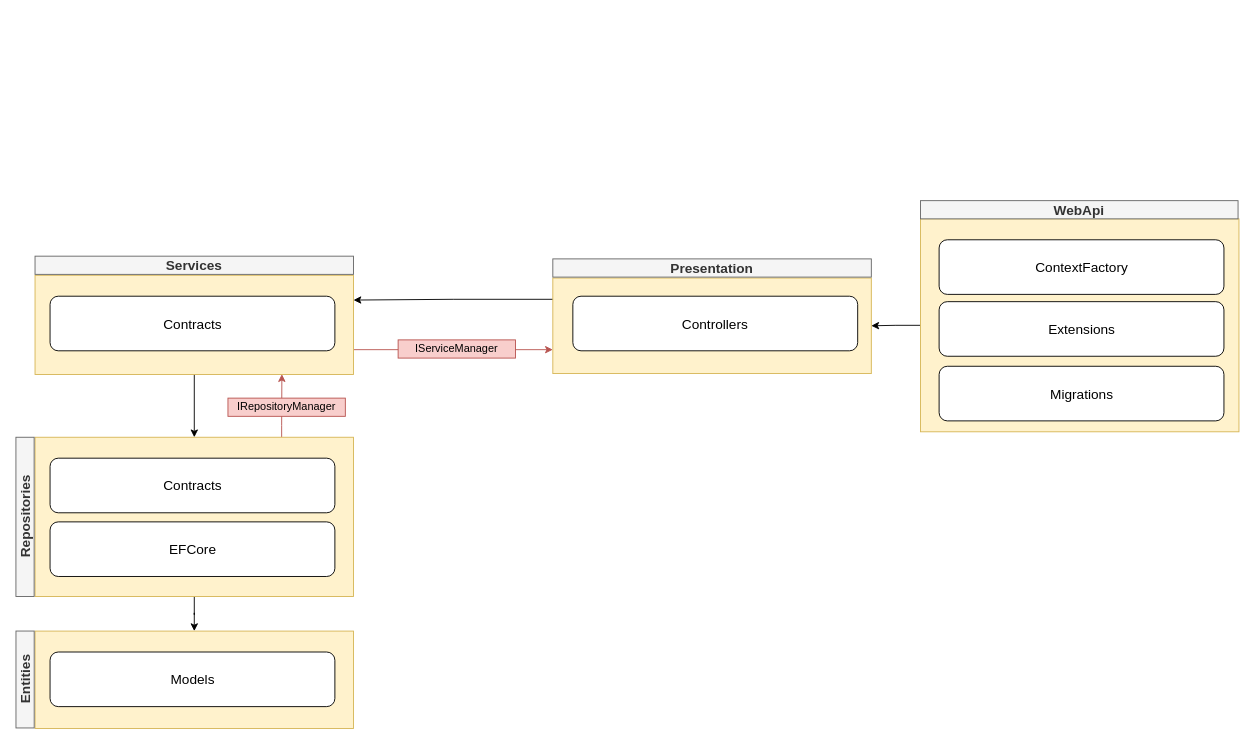
The draw.io diagram drawing.drawio in TopGuru777/BTK-Akademi-ASPNET-Core-Web-Api, before the edit. Source tidied: cells renumbered, new cells numbered last; positions are measured from the earlier drawing's top-left corner, leaving out a move shared by most shapes. Both pictures are drawn from the tidied source at 91%, with x=0, y=0 at pixel (-56, 200).
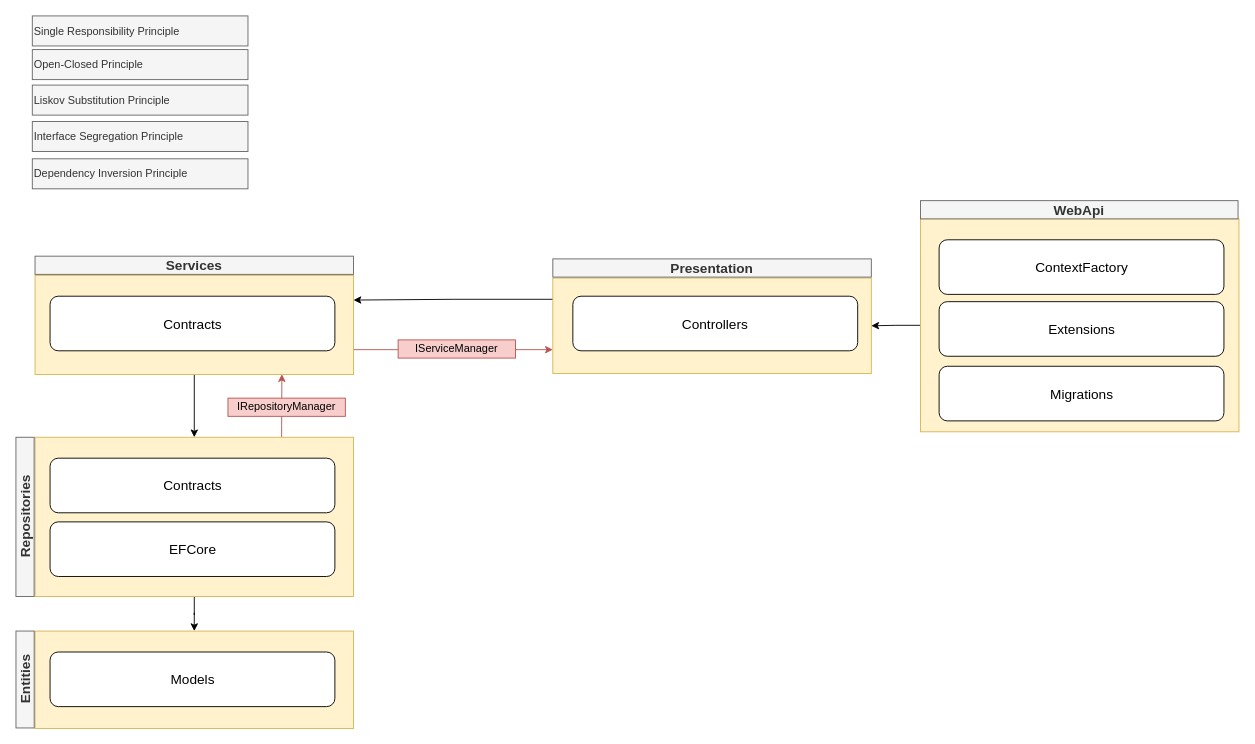
The same page after the edit.

The edit, as a diff of the source:
```diff
@@
+    <mxCell id="28" style="group;" parent="1" vertex="1">
+      <mxGeometry x="96" y="-203" width="237" height="190" as="geometry" />
+    </mxCell>
+    <mxCell id="29" value="Single Responsibility Principle" style="rounded=0;whiteSpace=wrap;html=1;align=left;fillColor=#f5f5f5;strokeColor=#666666;fontColor=#333333;" parent="28" vertex="1">
+      <mxGeometry width="237" height="33" as="geometry" />
+    </mxCell>
+    <mxCell id="30" value="Open-Closed Principle" style="rounded=0;whiteSpace=wrap;html=1;align=left;fillColor=#f5f5f5;strokeColor=#666666;fontColor=#333333;" parent="28" vertex="1">
+      <mxGeometry y="37" width="237" height="33" as="geometry" />
+    </mxCell>
+    <mxCell id="31" value="Liskov Substitution Principle" style="rounded=0;whiteSpace=wrap;html=1;align=left;fillColor=#f5f5f5;strokeColor=#666666;fontColor=#333333;" parent="28" vertex="1">
+      <mxGeometry y="76" width="237" height="33" as="geometry" />
+    </mxCell>
+    <mxCell id="32" value="Interface Segregation Principle" style="rounded=0;whiteSpace=wrap;html=1;align=left;fillColor=#f5f5f5;strokeColor=#666666;fontColor=#333333;" parent="28" vertex="1">
+      <mxGeometry y="116" width="237" height="33" as="geometry" />
+    </mxCell>
+    <mxCell id="33" value="Dependency Inversion Principle" style="rounded=0;whiteSpace=wrap;html=1;align=left;fillColor=#f5f5f5;strokeColor=#666666;fontColor=#333333;" parent="28" vertex="1">
+      <mxGeometry y="157" width="237" height="33" as="geometry" />
+    </mxCell>
```
